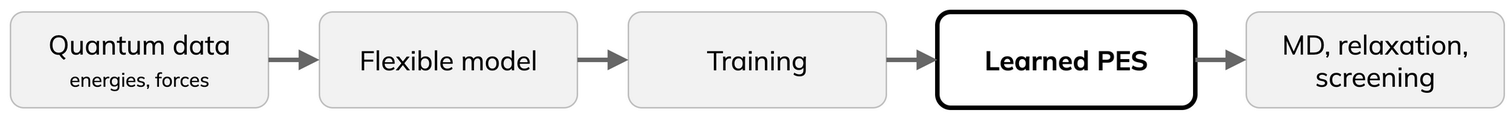
Earlier version of the draw.io export _static/ml-pipeline.drawio.png (ENCCS/mlip-hands-on). Source tidied: cells renumbered, new cells last; positions are measured from the earlier drawing's top-left corner, leaving out a move shared by most shapes.
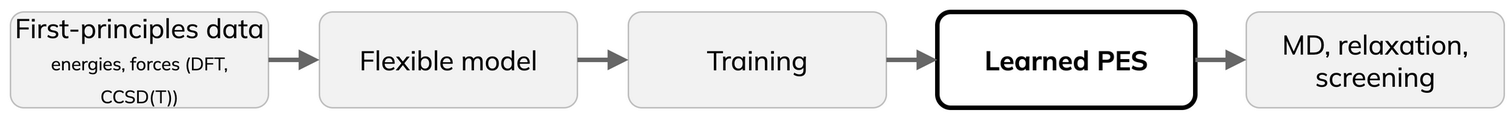
Later version of the same file.

Commit message:
Use first-principles data wording

What changed in the source:
```diff
@@ -2,7 +2,7 @@
   <root>
     <mxCell id="0" />
     <mxCell id="1" parent="0" />
-    <mxCell id="2" value="Quantum data&lt;br&gt;&lt;span style='font-size:13px'&gt;energies, forces&lt;/span&gt;" style="rounded=1;arcSize=14;whiteSpace=wrap;html=1;fillColor=#F2F2F2;strokeColor=#BFBFBF;align=center;fontSize=18;fontFamily=Mulish;" parent="1" vertex="1">
+    <mxCell id="2" value="First-principles data&lt;br&gt;&lt;span style='font-size:12px'&gt;energies, forces (DFT, CCSD(T))&lt;/span&gt;" style="rounded=1;arcSize=14;whiteSpace=wrap;html=1;fillColor=#F2F2F2;strokeColor=#BFBFBF;align=center;fontSize=18;fontFamily=Mulish;" parent="1" vertex="1">
       <mxGeometry width="172" height="64" as="geometry" />
     </mxCell>
     <mxCell id="3" value="Flexible model" style="rounded=1;arcSize=14;whiteSpace=wrap;html=1;fillColor=#F2F2F2;strokeColor=#BFBFBF;align=center;fontSize=18;fontFamily=Mulish;" parent="1" vertex="1">
```
